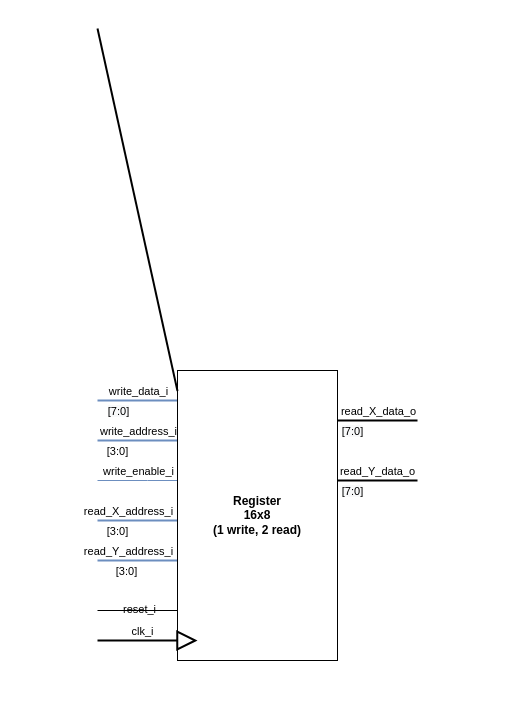
graefjk/RO2 keeps this draw.io diagram as Blockbeschreibungen/Register_beschreibung.drawio. Above is the earlier version. Source tidied: cells renumbered, new cells numbered last; positions are measured from the earlier drawing's top-left corner, leaving out a move shared by most shapes. Both pictures are drawn from the tidied source at 100%, with x=0, y=0 at pixel (97, 28).
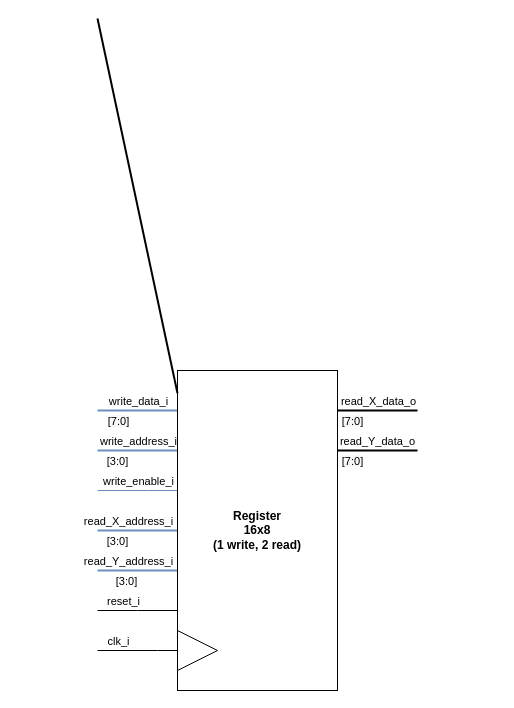
Above is the later version.

Diff of the diagram source:
```diff
@@
     <mxCell id="2" style="edgeStyle=orthogonalEdgeStyle;rounded=0;jettySize=auto;html=1;strokeWidth=2;endArrow=none;endFill=0;" parent="1" edge="1" source="24">
       <mxGeometry relative="1" as="geometry">
-        <mxPoint x="320" y="392" as="targetPoint" />
+        <mxPoint x="320" y="382" as="targetPoint" />
         <Array as="points">
-          <mxPoint x="270" y="392" />
-          <mxPoint x="270" y="392" />
+          <mxPoint x="290" y="382" />
+          <mxPoint x="290" y="382" />
         </Array>
       </mxGeometry>
     </mxCell>
@@
     <mxCell id="5" style="edgeStyle=orthogonalEdgeStyle;rounded=0;jettySize=auto;html=1;endArrow=none;endFill=0;strokeWidth=2;" parent="1" edge="1" source="24">
       <mxGeometry relative="1" as="geometry">
-        <mxPoint x="320" y="452" as="targetPoint" />
+        <mxPoint x="320" y="422" as="targetPoint" />
         <Array as="points">
-          <mxPoint x="260" y="452" />
-          <mxPoint x="260" y="452" />
+          <mxPoint x="290" y="422" />
+          <mxPoint x="290" y="422" />
         </Array>
       </mxGeometry>
     </mxCell>
@@
     <mxCell id="8" style="edgeStyle=orthogonalEdgeStyle;rounded=0;jettySize=auto;html=1;endArrow=none;endFill=0;strokeWidth=1;" parent="1" edge="1" source="24">
       <mxGeometry relative="1" as="geometry">
         <mxPoint y="582" as="targetPoint" />
         <Array as="points">
-          <mxPoint y="582" />
+          <mxPoint x="40" y="582" />
+          <mxPoint x="40" y="582" />
         </Array>
       </mxGeometry>
     </mxCell>
     <mxCell id="9" value="&lt;span style=&quot;&quot;&gt;reset_i&lt;/span&gt;" style="edgeLabel;html=1;align=center;verticalAlign=middle;labelBackgroundColor=none;" parent="8" vertex="1">
       <mxGeometry x="1" y="30" relative="1" as="geometry">
-        <mxPoint x="41.2" y="-31.2" as="offset" />
+        <mxPoint x="25" y="-40" as="offset" />
       </mxGeometry>
     </mxCell>
     <mxCell id="10" style="edgeStyle=orthogonalEdgeStyle;rounded=0;jettySize=auto;html=1;endArrow=none;endFill=0;strokeWidth=2;fillColor=#dae8fc;strokeColor=#6c8ebf;" parent="1" edge="1" source="24">
       <mxGeometry relative="1" as="geometry">
-        <mxPoint y="532" as="targetPoint" />
+        <mxPoint y="542" as="targetPoint" />
         <Array as="points">
-          <mxPoint x="40" y="532" />
-          <mxPoint x="40" y="532" />
+          <mxPoint x="40" y="542" />
+          <mxPoint x="40" y="542" />
         </Array>
       </mxGeometry>
     </mxCell>
@@
     <mxCell id="13" style="edgeStyle=orthogonalEdgeStyle;rounded=0;jettySize=auto;html=1;endArrow=none;endFill=0;strokeWidth=2;fillColor=#dae8fc;strokeColor=#6c8ebf;" parent="1" edge="1" source="24">
       <mxGeometry relative="1" as="geometry">
-        <mxPoint y="492" as="targetPoint" />
+        <mxPoint y="502" as="targetPoint" />
         <Array as="points">
-          <mxPoint x="30" y="492" />
-          <mxPoint x="30" y="492" />
+          <mxPoint x="30" y="502" />
+          <mxPoint x="30" y="502" />
         </Array>
       </mxGeometry>
     </mxCell>
@@
     <mxCell id="16" style="edgeStyle=orthogonalEdgeStyle;rounded=0;jettySize=auto;html=1;endArrow=none;endFill=0;strokeWidth=1;fillColor=#dae8fc;strokeColor=#6c8ebf;" parent="1" edge="1" source="24">
       <mxGeometry relative="1" as="geometry">
-        <mxPoint y="452" as="targetPoint" />
+        <mxPoint y="462" as="targetPoint" />
         <Array as="points">
-          <mxPoint x="50" y="452" />
-          <mxPoint x="50" y="452" />
+          <mxPoint x="50" y="462" />
+          <mxPoint x="50" y="462" />
         </Array>
       </mxGeometry>
     </mxCell>
@@
     <mxCell id="18" style="edgeStyle=orthogonalEdgeStyle;rounded=0;jettySize=auto;html=1;endArrow=none;endFill=0;strokeWidth=2;fillColor=#dae8fc;strokeColor=#6c8ebf;" parent="1" edge="1" source="24">
       <mxGeometry relative="1" as="geometry">
-        <mxPoint y="412" as="targetPoint" />
+        <mxPoint y="422" as="targetPoint" />
         <Array as="points">
-          <mxPoint x="60" y="412" />
-          <mxPoint x="60" y="412" />
+          <mxPoint x="60" y="422" />
+          <mxPoint x="60" y="422" />
         </Array>
       </mxGeometry>
     </mxCell>
@@
     <mxCell id="21" style="edgeStyle=orthogonalEdgeStyle;rounded=0;jettySize=auto;html=1;endArrow=none;endFill=0;strokeWidth=2;fillColor=#dae8fc;strokeColor=#6c8ebf;" parent="1" edge="1" source="24">
       <mxGeometry relative="1" as="geometry">
-        <mxPoint y="372" as="targetPoint" />
+        <mxPoint y="382" as="targetPoint" />
         <Array as="points">
-          <mxPoint x="40" y="372" />
-          <mxPoint x="40" y="372" />
+          <mxPoint x="40" y="382" />
+          <mxPoint x="40" y="382" />
         </Array>
       </mxGeometry>
     </mxCell>
@@
+    <mxCell id="28" style="edgeStyle=orthogonalEdgeStyle;rounded=0;jettySize=auto;html=1;endArrow=none;endFill=0;" parent="1" edge="1" source="24">
+      <mxGeometry relative="1" as="geometry">
+        <mxPoint y="622" as="targetPoint" />
+        <Array as="points">
+          <mxPoint x="60" y="622" />
+          <mxPoint x="60" y="622" />
+        </Array>
+      </mxGeometry>
+    </mxCell>
+    <mxCell id="27" value="clk_i" style="edgeLabel;html=1;align=center;verticalAlign=middle;labelBackgroundColor=none;" parent="28" vertex="1">
+      <mxGeometry x="0.72" y="-2" relative="1" as="geometry">
+        <mxPoint x="9.1" y="-8" as="offset" />
+      </mxGeometry>
+    </mxCell>
     <mxCell id="24" value="&lt;div&gt;&lt;b&gt;Register&lt;/b&gt;&lt;/div&gt;&lt;div&gt;&lt;b&gt;16x8&lt;/b&gt;&lt;/div&gt;&lt;div&gt;&lt;b&gt;(1 write, 2 read)&lt;br&gt;&lt;/b&gt;&lt;/div&gt;" style="rounded=0;whiteSpace=wrap;html=1;" parent="1" vertex="1">
-      <mxGeometry x="80" y="342" width="160" height="290" as="geometry" />
+      <mxGeometry x="80" y="342" width="160" height="320" as="geometry" />
     </mxCell>
     <mxCell id="25" style="endArrow=none;html=1;rounded=0;labelBackgroundColor=none;startSize=8;endSize=8;strokeColor=default;strokeWidth=2;jumpSize=8;entryX=0;entryY=0.071;entryDx=0;entryDy=0;entryPerimeter=0;" parent="1" edge="1" target="24">
       <mxGeometry relative="1" as="geometry">
-        <mxPoint as="sourcePoint" />
+        <mxPoint y="-10" as="sourcePoint" />
       </mxGeometry>
     </mxCell>
-    <mxCell id="26" style="endArrow=block;html=1;rounded=0;labelBackgroundColor=none;startSize=8;endSize=16;endFill=0;strokeWidth=2;jumpSize=8;sourcePerimeterSpacing=0;" parent="1" edge="1">
-      <mxGeometry relative="1" as="geometry">
-        <mxPoint y="612" as="sourcePoint" />
-        <mxPoint x="100" y="612" as="targetPoint" />
-      </mxGeometry>
-    </mxCell>
-    <mxCell id="27" value="&lt;div&gt;clk_i&lt;br&gt;&lt;/div&gt;" style="edgeLabel;html=1;align=center;verticalAlign=middle;labelBackgroundColor=none;" parent="26" vertex="1">
-      <mxGeometry x="-0.37" y="-2" relative="1" as="geometry">
-        <mxPoint x="12" y="-12" as="offset" />
-      </mxGeometry>
-    </mxCell>
+    <mxCell id="29" style="rounded=0;whiteSpace=wrap;html=1;fillColor=none;strokeColor=none;" parent="1" vertex="1">
+      <mxGeometry x="-80" y="342" width="480" height="40" as="geometry" />
+    </mxCell>
+    <mxCell id="30" style="triangle;whiteSpace=wrap;html=1;" parent="1" vertex="1">
+      <mxGeometry x="80" y="602" width="40" height="40" as="geometry" />
+    </mxCell>
```
